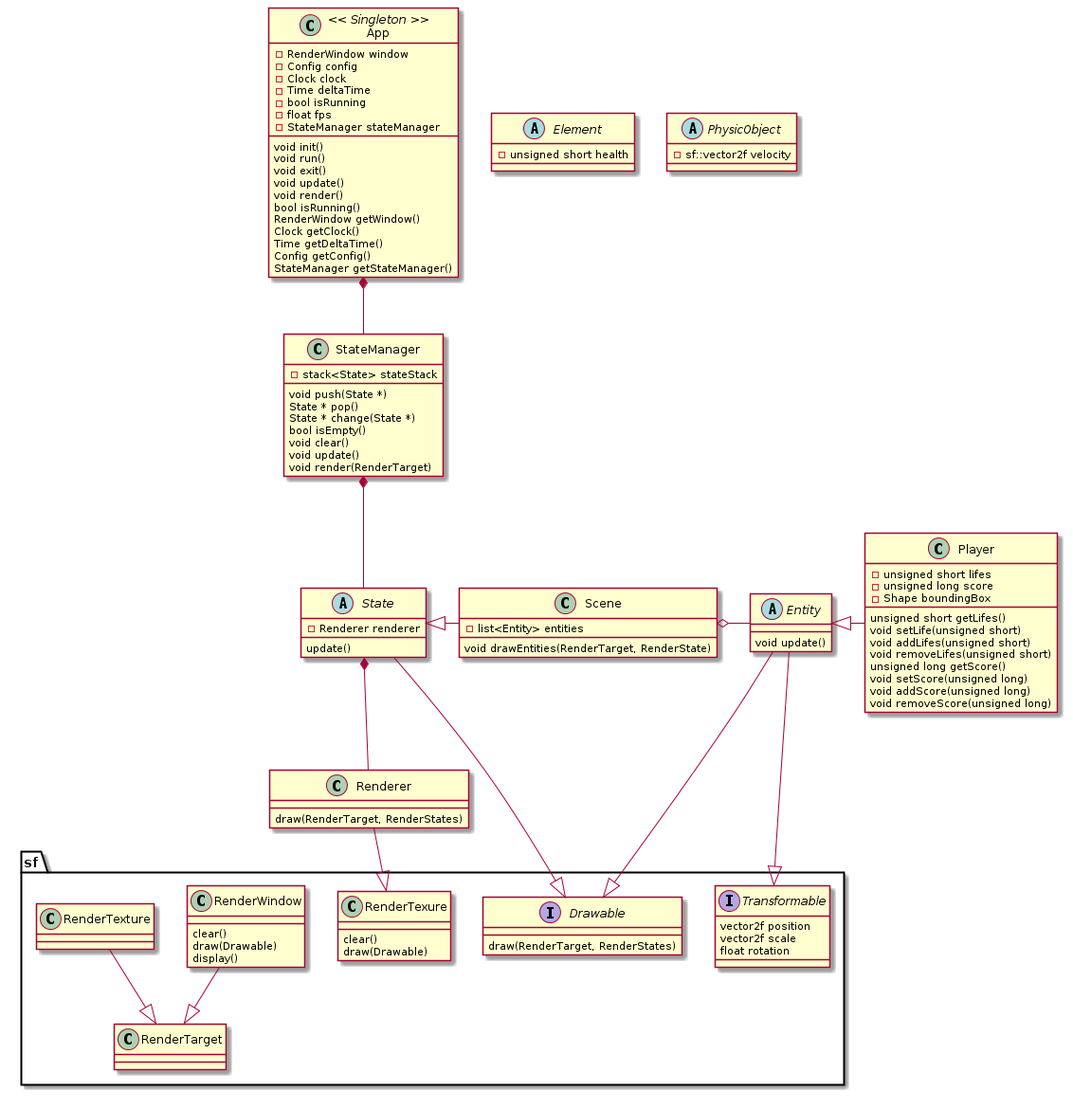
The PlantUML diagram examples/dodger/class_diagram.png in Pixotters/FROG, before a commit.
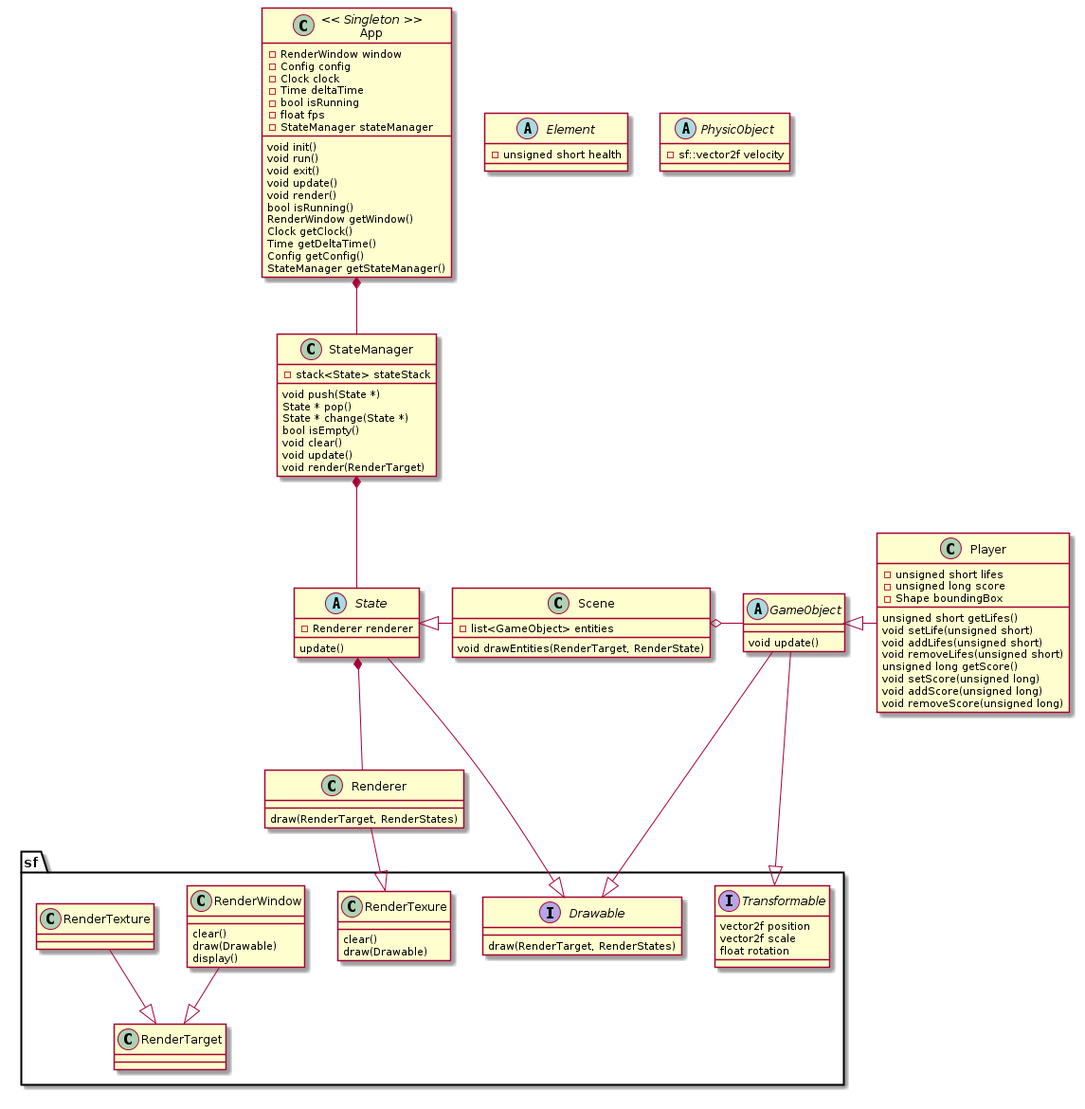
The same file after the commit.

Change to the diagram source:
```diff
@@ -63,11 +63,11 @@
 }
 
 class Scene{
-      -list<Entity> entities
+      -list<GameObject> entities
       void drawEntities(RenderTarget, RenderState)
 }
 
-abstract class Entity{
+abstract class GameObject{
       void update()
 }
 
@@ -99,10 +99,10 @@
 State *-- Renderer
 Renderer --|> sf.RenderTexure
 Scene -left-|> State
-Scene o-right- Entity
-Entity --|> sf.Transformable
-Entity --|> sf.Drawable
-Player -left-|> Entity
+Scene o-right- GameObject
+GameObject --|> sf.Transformable
+GameObject --|> sf.Drawable
+Player -left-|> GameObject
 sf.RenderWindow --|> sf.RenderTarget
 sf.RenderTexture --|> sf.RenderTarget
 
```
